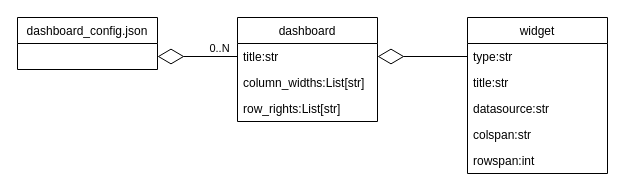
Before: page "dashboard_config" (1 of 2) of figures/widget_diagrams.drawio in wh3248/hydrogen-widgets, a draw.io diagram. Source tidied: cells renumbered, new cells numbered last; positions are measured from the earlier drawing's top-left corner, leaving out a move shared by most shapes. Both pictures are drawn from the tidied source at 100%, with x=0, y=0 at pixel (17, 17).
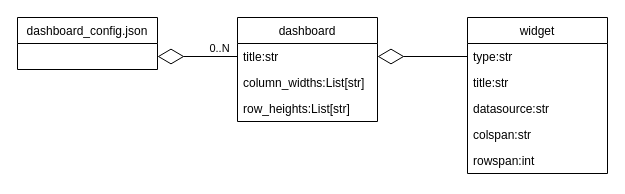
Above is the later version.

What changed in the source:
```diff
@@
 <mxGraphModel>
   <root>
     <mxCell id="0" />
     <mxCell id="1" parent="0" />
     <mxCell id="2" value="dashboard_config.json" style="swimlane;fontStyle=0;horizontal=1;startSize=26;fillColor=none;" parent="1" vertex="1">
       <mxGeometry width="140" height="52" as="geometry" />
     </mxCell>
     <mxCell id="3" value="dashboard" style="swimlane;fontStyle=0;horizontal=1;startSize=26;fillColor=none;" parent="1" vertex="1">
       <mxGeometry x="220" width="140" height="104" as="geometry" />
     </mxCell>
     <mxCell id="4" value="title:str" style="text;strokeColor=none;fillColor=none;align=left;verticalAlign=top;spacingLeft=4;spacingRight=4;overflow=hidden;points=[[0,0.5],[1,0.5]];portConstraint=eastwest;" parent="3" vertex="1">
       <mxGeometry y="26" width="140" height="26" as="geometry" />
     </mxCell>
     <mxCell id="5" value="column_widths:List[str]" style="text;strokeColor=none;fillColor=none;align=left;verticalAlign=top;spacingLeft=4;spacingRight=4;overflow=hidden;" parent="3" vertex="1">
       <mxGeometry y="52" width="140" height="26" as="geometry" />
     </mxCell>
-    <mxCell id="6" value="row_rights:List[str]" style="text;strokeColor=none;fillColor=none;align=left;verticalAlign=top;spacingLeft=4;spacingRight=4;overflow=hidden;" parent="3" vertex="1">
+    <mxCell id="6" value="row_heights:List[str]" style="text;strokeColor=none;fillColor=none;align=left;verticalAlign=top;spacingLeft=4;spacingRight=4;overflow=hidden;" parent="3" vertex="1">
       <mxGeometry y="78" width="140" height="26" as="geometry" />
     </mxCell>
     <mxCell id="7" style="endArrow=diamondThin;endFill=0;endSize=24;html=1;rounded=0;entryX=1;entryY=0.5;entryDx=0;entryDy=0;exitX=0;exitY=0.5;exitDx=0;exitDy=0;" parent="1" edge="1" source="4">
       <mxGeometry relative="1" as="geometry">
         <mxPoint x="140" y="39" as="targetPoint" />
       </mxGeometry>
     </mxCell>
     <mxCell id="8" value="0..N" style="edgeLabel;html=1;align=center;verticalAlign=middle;" parent="7" vertex="1">
       <mxGeometry x="-0.53" relative="1" as="geometry">
         <mxPoint y="-9" as="offset" />
       </mxGeometry>
     </mxCell>
     <mxCell id="9" value="widget" style="swimlane;fontStyle=0;horizontal=1;startSize=26;fillColor=none;" parent="1" vertex="1">
       <mxGeometry x="450" width="140" height="156" as="geometry" />
     </mxCell>
     <mxCell id="10" value="type:str" style="text;strokeColor=none;fillColor=none;align=left;verticalAlign=top;spacingLeft=4;spacingRight=4;overflow=hidden;points=[[0,0.5],[1,0.5]];portConstraint=eastwest;" parent="9" vertex="1">
       <mxGeometry y="26" width="140" height="26" as="geometry" />
     </mxCell>
     <mxCell id="11" value="title:str" style="text;strokeColor=none;fillColor=none;align=left;verticalAlign=top;spacingLeft=4;spacingRight=4;overflow=hidden;" parent="9" vertex="1">
       <mxGeometry y="52" width="140" height="26" as="geometry" />
     </mxCell>
     <mxCell id="12" value="datasource:str" style="text;strokeColor=none;fillColor=none;align=left;verticalAlign=top;spacingLeft=4;spacingRight=4;overflow=hidden;" parent="9" vertex="1">
       <mxGeometry y="78" width="140" height="26" as="geometry" />
     </mxCell>
     <mxCell id="13" value="colspan:str" style="text;strokeColor=none;fillColor=none;align=left;verticalAlign=top;spacingLeft=4;spacingRight=4;overflow=hidden;" parent="9" vertex="1">
       <mxGeometry y="104" width="140" height="26" as="geometry" />
     </mxCell>
     <mxCell id="14" value="rowspan:int" style="text;strokeColor=none;fillColor=none;align=left;verticalAlign=top;spacingLeft=4;spacingRight=4;overflow=hidden;" parent="9" vertex="1">
       <mxGeometry y="130" width="140" height="26" as="geometry" />
     </mxCell>
     <mxCell id="15" style="endArrow=diamondThin;endFill=0;endSize=24;html=1;rounded=0;entryX=1;entryY=0.5;entryDx=0;entryDy=0;exitX=0;exitY=0.5;exitDx=0;exitDy=0;" parent="1" edge="1" source="10" target="4">
       <mxGeometry relative="1" as="geometry" />
     </mxCell>
   </root>
 </mxGraphModel>
```
